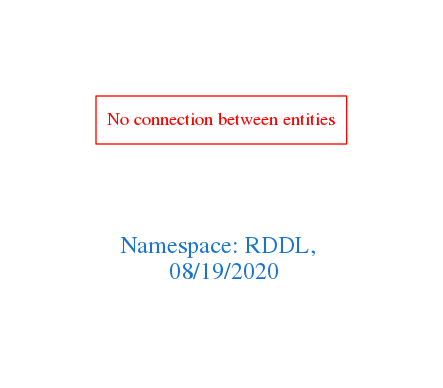
The Graphviz diagram downloads/RDDL.png in arago/OGIT, before a commit. Its source is kept beside it as downloads/RDDL.dot.
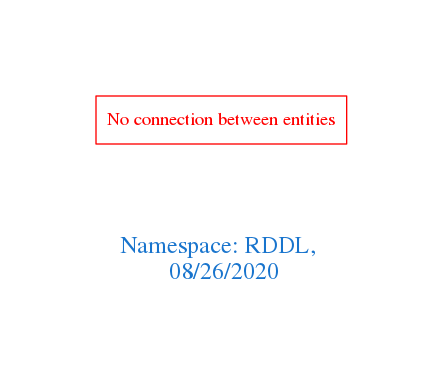
The same diagram one commit later.

The edit, as a diff of the source:
```diff
@@ -1,7 +1,7 @@
 digraph OGIT_ontology {
  graph [ rankdir= LR,pad=1
 fontsize = 18,
-fontcolor= dodgerblue3,label = "\n\n\nNamespace: RDDL, \n 08/19/2020"];
+fontcolor= dodgerblue3,label = "\n\n\nNamespace: RDDL, \n 08/26/2020"];
 node[shape=polygon];
 edge [  color="gray81"];
 
```
